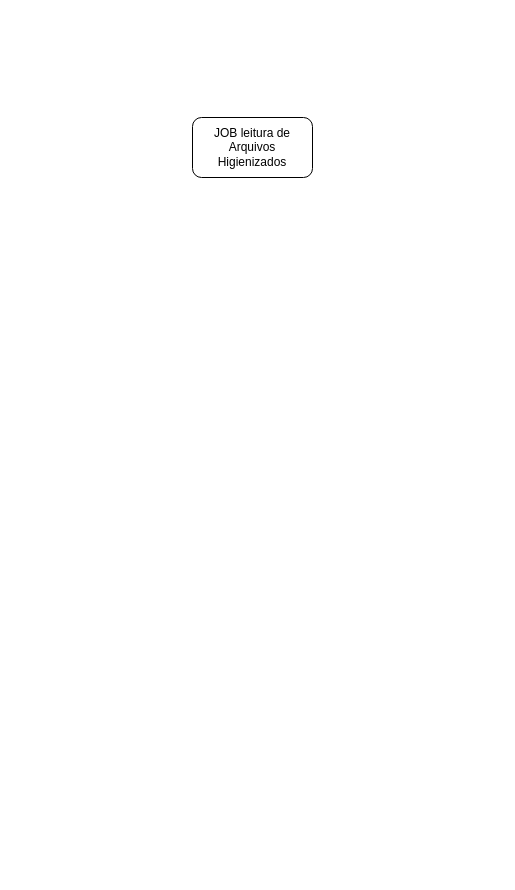
This is 117202 Processo de Higienização Acelerado.drawio from samirali/ClaroBrasil, a draw.io file, before an edit. Source tidied: cells renumbered, new cells numbered last; positions are measured from the earlier drawing's top-left corner, leaving out a move shared by most shapes. Both pictures are drawn from the tidied source at 100%, with x=0, y=0 at pixel (192, 117).
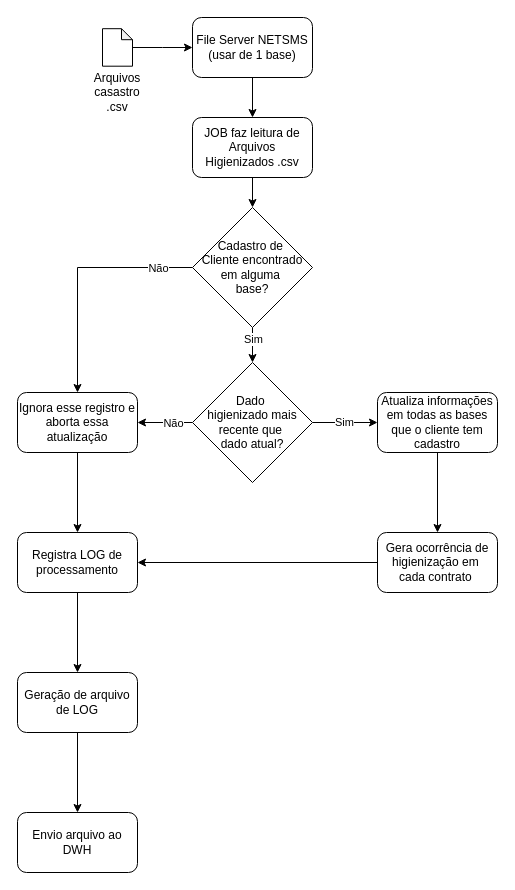
After the change.

Change to the diagram source:
```diff
@@
+    <mxCell id="3" style="edgeStyle=orthogonalEdgeStyle;rounded=0;jettySize=auto;html=1;entryX=0.5;entryY=0;entryDx=0;entryDy=0;" parent="1" edge="1" source="2" target="26">
+      <mxGeometry relative="1" as="geometry" />
+    </mxCell>
-    <mxCell id="2" value="JOB leitura de Arquivos Higienizados" style="rounded=1;whiteSpace=wrap;html=1;" parent="1" vertex="1">
+    <mxCell id="2" value="JOB faz leitura de Arquivos Higienizados .csv" style="rounded=1;whiteSpace=wrap;html=1;" parent="1" vertex="1">
       <mxGeometry width="120" height="60" as="geometry" />
     </mxCell>
+    <mxCell id="4" style="edgeStyle=orthogonalEdgeStyle;rounded=0;jettySize=auto;html=1;entryX=0.5;entryY=0;entryDx=0;entryDy=0;" parent="1" edge="1" source="5" target="2">
+      <mxGeometry relative="1" as="geometry" />
+    </mxCell>
+    <mxCell id="5" value="File Server NETSMS (usar de 1 base)" style="rounded=1;whiteSpace=wrap;html=1;" parent="1" vertex="1">
+      <mxGeometry y="-100" width="120" height="60" as="geometry" />
+    </mxCell>
+    <mxCell id="6" style="edgeStyle=orthogonalEdgeStyle;rounded=0;jettySize=auto;html=1;entryX=0;entryY=0.5;entryDx=0;entryDy=0;" parent="1" edge="1" source="7" target="5">
+      <mxGeometry relative="1" as="geometry" />
+    </mxCell>
+    <mxCell id="7" style="shape=note;whiteSpace=wrap;html=1;backgroundOutline=1;darkOpacity=0.05;size=11;" parent="1" vertex="1">
+      <mxGeometry x="-90" y="-88.8" width="30" height="37.5" as="geometry" />
+    </mxCell>
+    <mxCell id="8" value="Arquivos casastro .csv" style="text;html=1;align=center;verticalAlign=middle;whiteSpace=wrap;rounded=0;" parent="1" vertex="1">
+      <mxGeometry x="-105" y="-40" width="60" height="30" as="geometry" />
+    </mxCell>
+    <mxCell id="9" style="edgeStyle=orthogonalEdgeStyle;rounded=0;jettySize=auto;html=1;entryX=0.5;entryY=0;entryDx=0;entryDy=0;" parent="1" edge="1" source="10" target="12">
+      <mxGeometry relative="1" as="geometry" />
+    </mxCell>
+    <mxCell id="10" value="Atualiza informações em todas as bases que o cliente tem cadastro" style="whiteSpace=wrap;html=1;rounded=1;" parent="1" vertex="1">
+      <mxGeometry x="185" y="275" width="120" height="60" as="geometry" />
+    </mxCell>
+    <mxCell id="11" style="edgeStyle=orthogonalEdgeStyle;rounded=0;jettySize=auto;html=1;entryX=1;entryY=0.5;entryDx=0;entryDy=0;" parent="1" edge="1" source="12" target="21">
+      <mxGeometry relative="1" as="geometry" />
+    </mxCell>
+    <mxCell id="12" value="Gera ocorrência de higienização em&amp;nbsp;&lt;div&gt;cada contrato&amp;nbsp;&lt;/div&gt;" style="whiteSpace=wrap;html=1;rounded=1;" parent="1" vertex="1">
+      <mxGeometry x="185" y="415" width="120" height="60" as="geometry" />
+    </mxCell>
+    <mxCell id="13" style="edgeStyle=orthogonalEdgeStyle;rounded=0;jettySize=auto;html=1;entryX=1;entryY=0.5;entryDx=0;entryDy=0;" parent="1" edge="1" source="17" target="19">
+      <mxGeometry relative="1" as="geometry" />
+    </mxCell>
+    <mxCell id="14" value="Não" style="edgeLabel;html=1;align=center;verticalAlign=middle;" parent="13" vertex="1">
+      <mxGeometry x="0.09" y="-2" relative="1" as="geometry">
+        <mxPoint x="10" y="2" as="offset" />
+      </mxGeometry>
+    </mxCell>
+    <mxCell id="15" style="edgeStyle=orthogonalEdgeStyle;rounded=0;jettySize=auto;html=1;entryX=0;entryY=0.5;entryDx=0;entryDy=0;" parent="1" edge="1" source="17" target="10">
+      <mxGeometry relative="1" as="geometry" />
+    </mxCell>
+    <mxCell id="16" value="Sim" style="edgeLabel;html=1;align=center;verticalAlign=middle;" parent="15" vertex="1">
+      <mxGeometry x="-0.06" y="1" relative="1" as="geometry" />
+    </mxCell>
+    <mxCell id="17" value="Dado&amp;nbsp;&lt;div&gt;higienizado mais recente que&amp;nbsp;&lt;/div&gt;&lt;div&gt;dado atual?&lt;/div&gt;" style="rhombus;whiteSpace=wrap;html=1;" parent="1" vertex="1">
+      <mxGeometry y="245" width="120" height="120" as="geometry" />
+    </mxCell>
+    <mxCell id="18" style="edgeStyle=orthogonalEdgeStyle;rounded=0;jettySize=auto;html=1;" parent="1" edge="1" source="19" target="21">
+      <mxGeometry relative="1" as="geometry" />
+    </mxCell>
+    <mxCell id="19" value="Ignora esse registro e aborta essa atualização" style="rounded=1;whiteSpace=wrap;html=1;" parent="1" vertex="1">
+      <mxGeometry x="-175" y="275" width="120" height="60" as="geometry" />
+    </mxCell>
+    <mxCell id="20" style="edgeStyle=orthogonalEdgeStyle;rounded=0;jettySize=auto;html=1;" parent="1" edge="1" source="21" target="28">
+      <mxGeometry relative="1" as="geometry" />
+    </mxCell>
+    <mxCell id="21" value="Registra LOG de processamento" style="whiteSpace=wrap;html=1;rounded=1;" parent="1" vertex="1">
+      <mxGeometry x="-175" y="415" width="120" height="60" as="geometry" />
+    </mxCell>
+    <mxCell id="22" style="edgeStyle=orthogonalEdgeStyle;rounded=0;jettySize=auto;html=1;entryX=0.5;entryY=0;entryDx=0;entryDy=0;" parent="1" edge="1" source="26" target="19">
+      <mxGeometry relative="1" as="geometry" />
+    </mxCell>
+    <mxCell id="23" value="Não" style="edgeLabel;html=1;align=center;verticalAlign=middle;" parent="22" vertex="1">
+      <mxGeometry x="-0.36" y="-2" relative="1" as="geometry">
+        <mxPoint x="42" y="2" as="offset" />
+      </mxGeometry>
+    </mxCell>
+    <mxCell id="24" style="edgeStyle=orthogonalEdgeStyle;rounded=0;jettySize=auto;html=1;entryX=0.5;entryY=0;entryDx=0;entryDy=0;" parent="1" edge="1" source="26" target="17">
+      <mxGeometry relative="1" as="geometry" />
+    </mxCell>
+    <mxCell id="25" value="Sim" style="edgeLabel;html=1;align=center;verticalAlign=middle;" parent="24" vertex="1">
+      <mxGeometry x="-0.52" relative="1" as="geometry" />
+    </mxCell>
+    <mxCell id="26" value="Cadastro de&amp;nbsp;&lt;div&gt;Cliente encontrado em alguma&amp;nbsp;&lt;/div&gt;&lt;div&gt;base?&lt;/div&gt;" style="rhombus;whiteSpace=wrap;html=1;" parent="1" vertex="1">
+      <mxGeometry y="90" width="120" height="120" as="geometry" />
+    </mxCell>
+    <mxCell id="27" style="edgeStyle=orthogonalEdgeStyle;rounded=0;jettySize=auto;html=1;" parent="1" edge="1" source="28" target="29">
+      <mxGeometry relative="1" as="geometry" />
+    </mxCell>
+    <mxCell id="28" value="Geração de arquivo de LOG" style="whiteSpace=wrap;html=1;rounded=1;" parent="1" vertex="1">
+      <mxGeometry x="-175" y="555" width="120" height="60" as="geometry" />
+    </mxCell>
+    <mxCell id="29" value="Envio arquivo ao DWH" style="whiteSpace=wrap;html=1;rounded=1;" parent="1" vertex="1">
+      <mxGeometry x="-175" y="695" width="120" height="60" as="geometry" />
+    </mxCell>
```
